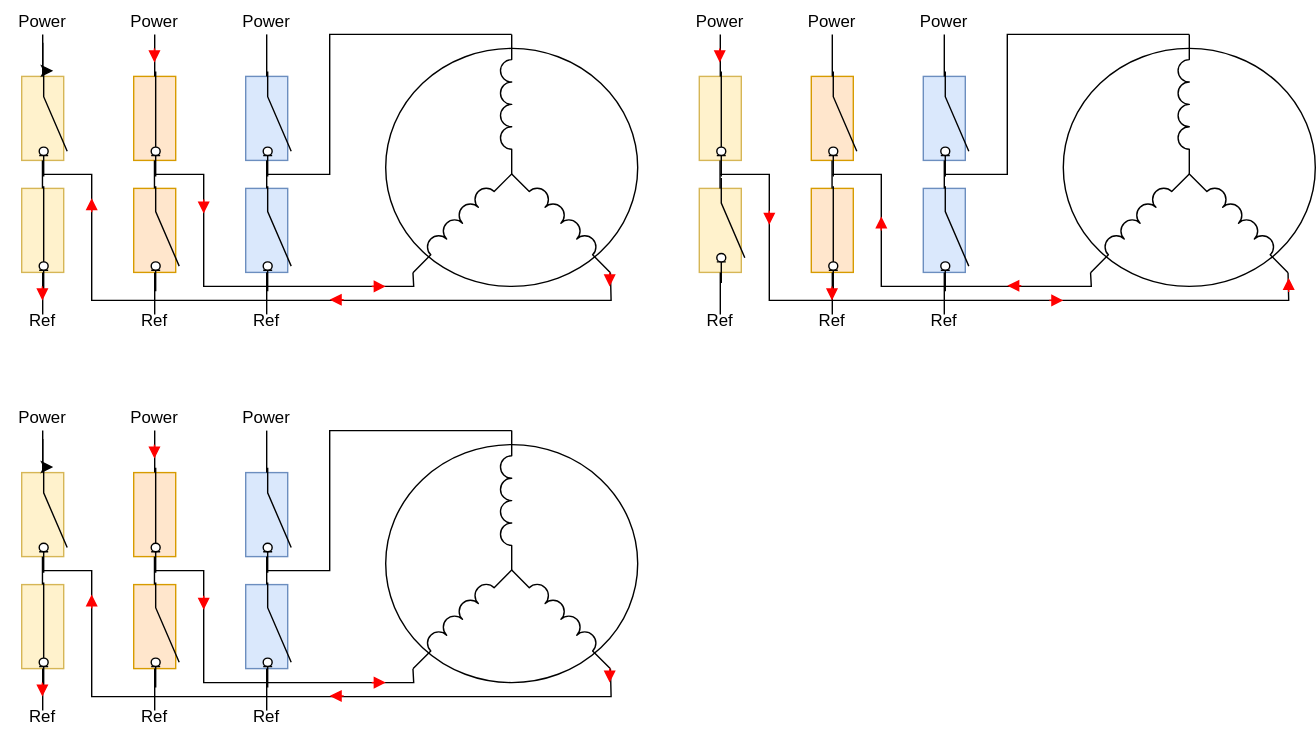
The draw.io diagram 01-documentation/svg_files/esc_commutation_principle.drawio.svg in stephaneamans/ESC_Brushless, before a commit. Source tidied: cells renumbered, new cells last; positions are measured from the earlier drawing's top-left corner, leaving out a move shared by most shapes.
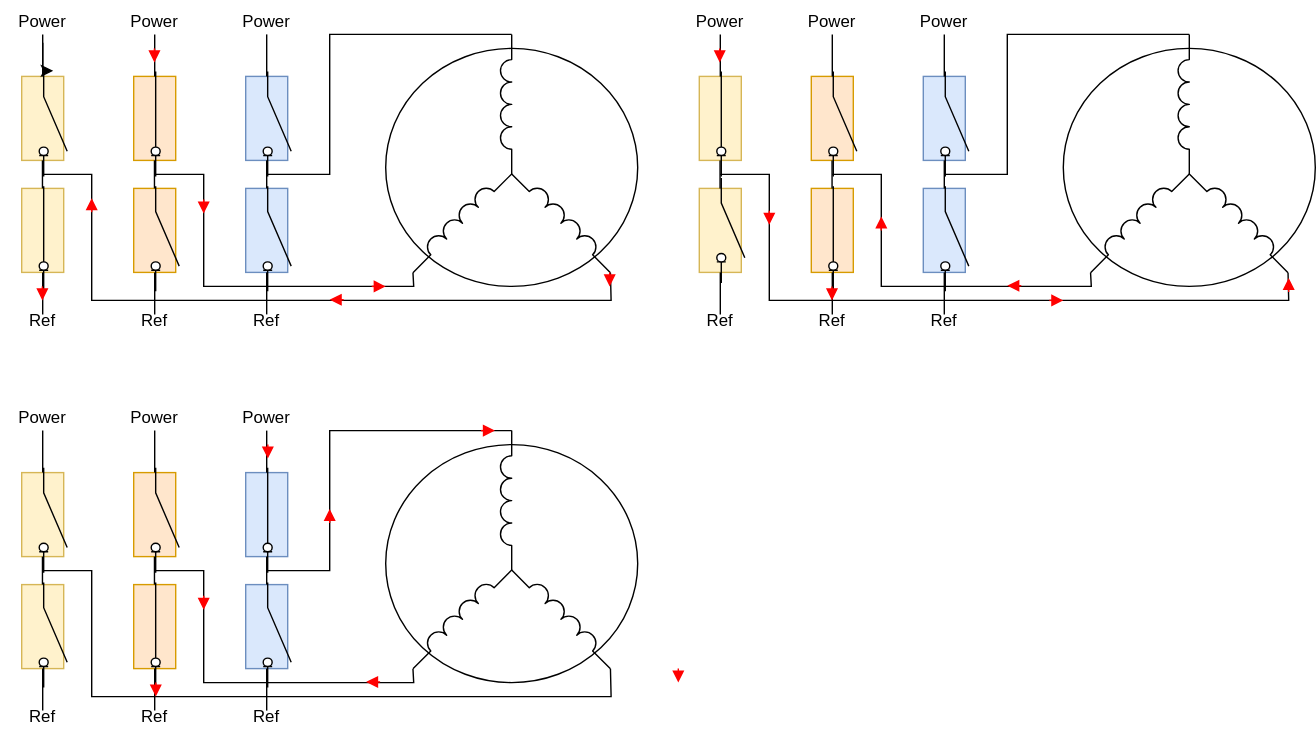
After the change.

Diff of the diagram source:
```diff
@@ -467,9 +467,6 @@
         <mxPoint x="30" y="477" as="targetPoint" />
       </mxGeometry>
     </mxCell>
-    <mxCell id="103" style="edgeStyle=orthogonalEdgeStyle;rounded=0;jettySize=auto;html=1;" parent="1" edge="1" source="104" target="115">
-      <mxGeometry relative="1" as="geometry" />
-    </mxCell>
     <mxCell id="104" value="Power" style="text;html=1;align=center;verticalAlign=middle;whiteSpace=wrap;rounded=0;" parent="1" vertex="1">
       <mxGeometry y="283" width="60" height="30" as="geometry" />
     </mxCell>
@@ -513,27 +510,27 @@
       <mxGeometry x="160" y="497" width="60" height="30" as="geometry" />
     </mxCell>
     <mxCell id="114" style="html=1;shape=mxgraph.electrical.electro-mechanical.switchDisconnector;elSwitchState=on;rotation=90;" parent="1" vertex="1">
-      <mxGeometry y="443" width="75" height="20" as="geometry" />
+      <mxGeometry x="80" y="443" width="75" height="20" as="geometry" />
     </mxCell>
     <mxCell id="115" style="html=1;shape=mxgraph.electrical.electro-mechanical.switchDisconnector;elSwitchState=off;rotation=90;" parent="1" vertex="1">
       <mxGeometry y="361" width="75" height="20" as="geometry" />
     </mxCell>
     <mxCell id="116" style="html=1;shape=mxgraph.electrical.electro-mechanical.switchDisconnector;elSwitchState=off;rotation=90;" parent="1" vertex="1">
-      <mxGeometry x="80" y="443" width="75" height="20" as="geometry" />
+      <mxGeometry y="443" width="75" height="20" as="geometry" />
     </mxCell>
     <mxCell id="117" style="html=1;shape=mxgraph.electrical.electro-mechanical.switchDisconnector;elSwitchState=off;rotation=90;" parent="1" vertex="1">
       <mxGeometry x="160" y="443" width="75" height="20" as="geometry" />
     </mxCell>
     <mxCell id="118" style="html=1;shape=mxgraph.electrical.electro-mechanical.switchDisconnector;elSwitchState=off;rotation=90;" parent="1" vertex="1">
-      <mxGeometry x="160" y="361" width="75" height="20" as="geometry" />
+      <mxGeometry x="80" y="361" width="75" height="20" as="geometry" />
     </mxCell>
     <mxCell id="119" style="html=1;shape=mxgraph.electrical.electro-mechanical.switchDisconnector;elSwitchState=on;rotation=90;" parent="1" vertex="1">
-      <mxGeometry x="80" y="361" width="75" height="20" as="geometry" />
+      <mxGeometry x="160" y="361" width="75" height="20" as="geometry" />
     </mxCell>
     <mxCell id="120" style="endArrow=block;html=1;rounded=0;strokeColor=#FF0000;endFill=1;" parent="1" edge="1">
       <mxGeometry relative="1" as="geometry">
-        <mxPoint x="109.8" y="317" as="sourcePoint" />
-        <mxPoint x="109.8" y="327" as="targetPoint" />
+        <mxPoint x="190.8" y="317" as="sourcePoint" />
+        <mxPoint x="190.8" y="327" as="targetPoint" />
       </mxGeometry>
     </mxCell>
     <mxCell id="121" style="endArrow=block;html=1;rounded=0;strokeColor=#FF0000;endFill=1;" parent="1" edge="1">
@@ -544,32 +541,32 @@
     </mxCell>
     <mxCell id="122" style="endArrow=block;html=1;rounded=0;strokeColor=#FF0000;endFill=1;" parent="1" edge="1">
       <mxGeometry relative="1" as="geometry">
-        <mxPoint x="435" y="477" as="sourcePoint" />
-        <mxPoint x="435" y="487" as="targetPoint" />
+        <mxPoint x="484" y="477" as="sourcePoint" />
+        <mxPoint x="484" y="487" as="targetPoint" />
       </mxGeometry>
     </mxCell>
     <mxCell id="123" style="endArrow=block;html=1;rounded=0;strokeColor=#FF0000;endFill=1;" parent="1" edge="1">
       <mxGeometry relative="1" as="geometry">
-        <mxPoint x="29.8" y="487" as="sourcePoint" />
-        <mxPoint x="29.8" y="497" as="targetPoint" />
+        <mxPoint x="110.8" y="487" as="sourcePoint" />
+        <mxPoint x="110.8" y="497" as="targetPoint" />
       </mxGeometry>
     </mxCell>
     <mxCell id="124" style="endArrow=block;html=1;rounded=0;strokeColor=#FF0000;endFill=1;" parent="1" edge="1">
       <mxGeometry relative="1" as="geometry">
-        <mxPoint x="265" y="487" as="sourcePoint" />
-        <mxPoint x="275" y="487" as="targetPoint" />
+        <mxPoint x="343" y="307" as="sourcePoint" />
+        <mxPoint x="353" y="307" as="targetPoint" />
       </mxGeometry>
     </mxCell>
     <mxCell id="125" style="endArrow=block;html=1;rounded=0;strokeColor=#FF0000;endFill=1;" parent="1" edge="1">
       <mxGeometry relative="1" as="geometry">
-        <mxPoint x="245" y="496.5" as="sourcePoint" />
-        <mxPoint x="235" y="496.5" as="targetPoint" />
+        <mxPoint x="271" y="486.5" as="sourcePoint" />
+        <mxPoint x="261" y="486.5" as="targetPoint" />
       </mxGeometry>
     </mxCell>
     <mxCell id="126" style="endArrow=block;html=1;rounded=0;strokeColor=#FF0000;endFill=1;" parent="1" edge="1">
       <mxGeometry relative="1" as="geometry">
-        <mxPoint x="65" y="434" as="sourcePoint" />
-        <mxPoint x="65" y="424" as="targetPoint" />
+        <mxPoint x="235" y="373" as="sourcePoint" />
+        <mxPoint x="235" y="363" as="targetPoint" />
       </mxGeometry>
     </mxCell>
   </root>
```
